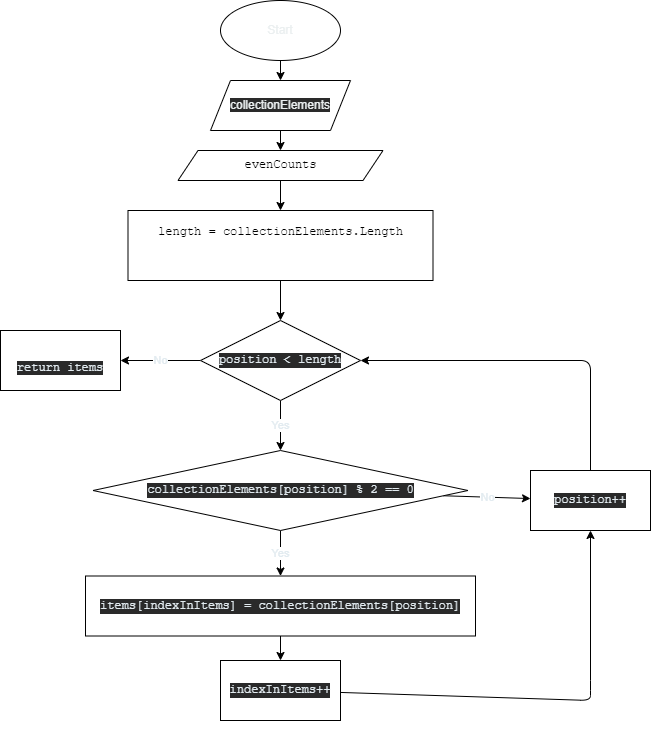
Above: Homework/hometask003/.drawio.png in Ane4kaErm/Homework (draw.io), before the change. Source tidied: cells renumbered, new cells last; positions are measured from the earlier drawing's top-left corner, leaving out a move shared by most shapes.
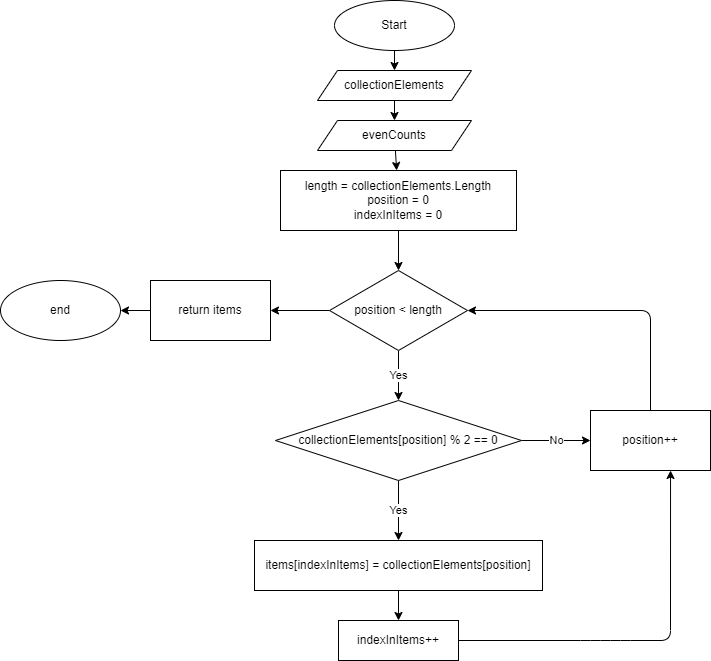
Above is the later version.

Commit message:
task is readyy

Diff of the diagram source:
```diff
@@ -2,77 +2,84 @@
   <root>
     <mxCell id="0" />
     <mxCell id="1" parent="0" />
+    <mxCell id="3" style="edgeStyle=none;html=1;" parent="1" edge="1" source="23" target="24">
+      <mxGeometry relative="1" as="geometry" />
+    </mxCell>
+    <mxCell id="23" value="Start" style="ellipse;whiteSpace=wrap;html=1;" parent="1" vertex="1">
+      <mxGeometry x="304" y="1180" width="120" height="50" as="geometry" />
+    </mxCell>
-    <mxCell id="2" style="edgeStyle=none;html=1;fontColor=#EBEFF0;" parent="1" edge="1" source="3" target="5">
+    <mxCell id="2" style="edgeStyle=none;html=1;" parent="1" edge="1" source="24" target="5">
       <mxGeometry relative="1" as="geometry" />
     </mxCell>
-    <mxCell id="3" value="Start" style="ellipse;whiteSpace=wrap;html=1;fontColor=#EBEFF0;" parent="1" vertex="1">
-      <mxGeometry x="220" width="120" height="60" as="geometry" />
-    </mxCell>
+    <mxCell id="24" value="collectionElements" style="shape=parallelogram;perimeter=parallelogramPerimeter;whiteSpace=wrap;html=1;fixedSize=1;" parent="1" vertex="1">
+      <mxGeometry x="287" y="1250" width="154" height="30" as="geometry" />
+    </mxCell>
-    <mxCell id="4" style="edgeStyle=none;html=1;fontColor=#EBEFF0;" parent="1" edge="1" source="5" target="7">
+    <mxCell id="4" style="edgeStyle=none;html=1;" parent="1" edge="1" source="5" target="7">
       <mxGeometry relative="1" as="geometry" />
     </mxCell>
-    <mxCell id="5" value="&#10;&#10;&lt;span style=&quot;color: rgb(235, 239, 240); font-family: helvetica; font-size: 12px; font-style: normal; font-weight: 400; letter-spacing: normal; text-align: center; text-indent: 0px; text-transform: none; word-spacing: 0px; background-color: rgb(42, 42, 42); display: inline; float: none;&quot;&gt;collectionElements&lt;/span&gt;&#10;&#10;" style="shape=parallelogram;perimeter=parallelogramPerimeter;whiteSpace=wrap;html=1;fixedSize=1;fontColor=#EBEFF0;" parent="1" vertex="1">
-      <mxGeometry x="210" y="80" width="140" height="50" as="geometry" />
+    <mxCell id="5" value="evenCounts" style="shape=parallelogram;perimeter=parallelogramPerimeter;whiteSpace=wrap;html=1;fixedSize=1;" parent="1" vertex="1">
+      <mxGeometry x="287" y="1300" width="154" height="30" as="geometry" />
     </mxCell>
-    <mxCell id="6" style="edgeStyle=none;html=1;fontColor=#E2EBF0;" parent="1" edge="1" source="7" target="9">
+    <mxCell id="6" style="edgeStyle=none;html=1;" parent="1" edge="1" source="7" target="9">
       <mxGeometry relative="1" as="geometry" />
     </mxCell>
-    <mxCell id="7" value="&#10;&#10;&lt;pre style=&quot;font-style: normal; font-weight: 400; letter-spacing: normal; text-indent: 0px; text-transform: none; word-spacing: 0px; overflow-wrap: break-word;&quot;&gt;evenCounts&lt;/pre&gt;&#10;&#10;" style="shape=parallelogram;perimeter=parallelogramPerimeter;whiteSpace=wrap;html=1;fixedSize=1;fontColor=default;" parent="1" vertex="1">
-      <mxGeometry x="177.5" y="150" width="205" height="30" as="geometry" />
+    <mxCell id="7" value="length = collectionElements.Length&lt;br&gt;position = 0&lt;br&gt;indexInItems = 0" style="whiteSpace=wrap;html=1;" parent="1" vertex="1">
+      <mxGeometry x="250" y="1350" width="236" height="60" as="geometry" />
     </mxCell>
-    <mxCell id="8" style="edgeStyle=none;html=1;fontColor=#E2EBF0;" parent="1" edge="1" source="9" target="12">
-      <mxGeometry relative="1" as="geometry" />
-    </mxCell>
+    <mxCell id="17" value="Yes" style="edgeStyle=none;html=1;" parent="1" edge="1" source="9" target="20">
+      <mxGeometry relative="1" as="geometry" />
+    </mxCell>
+    <mxCell id="25" style="edgeStyle=none;html=1;" parent="1" edge="1" source="9" target="27">
+      <mxGeometry relative="1" as="geometry" />
+    </mxCell>
-    <mxCell id="9" value="&lt;pre style=&quot;color: rgb(226 , 235 , 240) ; text-align: left ; overflow-wrap: break-word&quot;&gt;&lt;pre style=&quot;color: rgb(0 , 0 , 0) ; overflow-wrap: break-word&quot;&gt;length = collectionElements.Length&lt;/pre&gt;&lt;pre style=&quot;color: rgb(0 , 0 , 0) ; overflow-wrap: break-word&quot;&gt;&lt;br&gt;&lt;/pre&gt;&lt;/pre&gt;" style="whiteSpace=wrap;html=1;fontColor=#EBEFF0;" parent="1" vertex="1">
-      <mxGeometry x="127.5" y="210" width="305" height="70" as="geometry" />
+    <mxCell id="9" value="position &amp;lt; length" style="rhombus;whiteSpace=wrap;html=1;" parent="1" vertex="1">
+      <mxGeometry x="299" y="1450" width="138" height="80" as="geometry" />
     </mxCell>
-    <mxCell id="10" value="No" style="edgeStyle=none;html=1;fontColor=#E2EBF0;" parent="1" edge="1" source="12" target="13">
+    <mxCell id="10" style="edgeStyle=none;html=1;" parent="1" edge="1" source="12" target="13">
       <mxGeometry relative="1" as="geometry" />
     </mxCell>
-    <mxCell id="11" value="Yes" style="edgeStyle=none;html=1;fontColor=#E2EBF0;" parent="1" edge="1" source="12" target="16">
-      <mxGeometry relative="1" as="geometry" />
-    </mxCell>
-    <mxCell id="12" value="&#10;&#10;&lt;pre style=&quot;color: rgb(226 , 235 , 240) ; font-size: 12px ; font-style: normal ; font-weight: 400 ; letter-spacing: normal ; text-align: left ; text-indent: 0px ; text-transform: none ; word-spacing: 0px ; background-color: rgb(42 , 42 , 42) ; overflow-wrap: break-word&quot;&gt;position &amp;lt; length&lt;/pre&gt;&#10;&#10;" style="rhombus;whiteSpace=wrap;html=1;fontColor=#EBEFF0;" parent="1" vertex="1">
-      <mxGeometry x="200" y="320" width="160" height="80" as="geometry" />
+    <mxCell id="12" value="items[indexInItems] = collectionElements[position]" style="whiteSpace=wrap;html=1;" parent="1" vertex="1">
+      <mxGeometry x="224" y="1720" width="288" height="50" as="geometry" />
     </mxCell>
+    <mxCell id="18" style="edgeStyle=none;html=1;entryX=0.667;entryY=1;entryDx=0;entryDy=0;entryPerimeter=0;" parent="1" edge="1" source="13" target="16">
+      <mxGeometry relative="1" as="geometry">
+        <Array as="points">
+          <mxPoint x="560" y="1820" />
+          <mxPoint x="590" y="1820" />
+          <mxPoint x="640" y="1820" />
+        </Array>
+      </mxGeometry>
+    </mxCell>
-    <mxCell id="13" value="&lt;br&gt;&lt;br&gt;&lt;pre style=&quot;color: rgb(226 , 235 , 240) ; font-size: 12px ; font-style: normal ; font-weight: 400 ; letter-spacing: normal ; text-align: left ; text-indent: 0px ; text-transform: none ; word-spacing: 0px ; background-color: rgb(42 , 42 , 42) ; overflow-wrap: break-word&quot;&gt;return items&lt;/pre&gt;&lt;br&gt;" style="whiteSpace=wrap;html=1;fontColor=#EBEFF0;" parent="1" vertex="1">
-      <mxGeometry y="330" width="120" height="60" as="geometry" />
+    <mxCell id="13" value="indexInItems++" style="whiteSpace=wrap;html=1;" parent="1" vertex="1">
+      <mxGeometry x="308" y="1800" width="120" height="40" as="geometry" />
     </mxCell>
-    <mxCell id="14" value="Yes" style="edgeStyle=none;html=1;fontColor=#E2EBF0;" parent="1" edge="1" source="16" target="18">
-      <mxGeometry relative="1" as="geometry" />
-    </mxCell>
+    <mxCell id="19" style="edgeStyle=none;html=1;entryX=1;entryY=0.5;entryDx=0;entryDy=0;" parent="1" edge="1" source="16" target="9">
+      <mxGeometry relative="1" as="geometry">
+        <Array as="points">
+          <mxPoint x="620" y="1490" />
+        </Array>
+      </mxGeometry>
+    </mxCell>
+    <mxCell id="16" value="position++" style="whiteSpace=wrap;html=1;" parent="1" vertex="1">
+      <mxGeometry x="560" y="1590" width="120" height="60" as="geometry" />
+    </mxCell>
+    <mxCell id="22" value="Yes" style="edgeStyle=none;html=1;" parent="1" edge="1" source="20" target="12">
+      <mxGeometry relative="1" as="geometry" />
+    </mxCell>
-    <mxCell id="15" value="No" style="edgeStyle=none;html=1;fontColor=#E2EBF0;" parent="1" edge="1" source="16" target="22">
+    <mxCell id="15" value="No" style="edgeStyle=none;html=1;" parent="1" edge="1" source="20" target="16">
       <mxGeometry relative="1" as="geometry" />
     </mxCell>
-    <mxCell id="16" value="&#10;&#10;&lt;pre style=&quot;color: rgb(226 , 235 , 240) ; font-size: 12px ; font-style: normal ; font-weight: 400 ; letter-spacing: normal ; text-align: left ; text-indent: 0px ; text-transform: none ; word-spacing: 0px ; background-color: rgb(42 , 42 , 42) ; overflow-wrap: break-word&quot;&gt;collectionElements[position] % 2 == 0&lt;/pre&gt;&#10;&#10;" style="rhombus;whiteSpace=wrap;html=1;fontColor=#EBEFF0;" parent="1" vertex="1">
-      <mxGeometry x="92.5" y="450" width="375" height="80" as="geometry" />
-    </mxCell>
-    <mxCell id="17" style="edgeStyle=none;html=1;fontColor=#E2EBF0;" parent="1" edge="1" source="18" target="20">
-      <mxGeometry relative="1" as="geometry" />
-    </mxCell>
-    <mxCell id="18" value="&#10;&#10;&lt;pre style=&quot;color: rgb(226 , 235 , 240) ; font-size: 12px ; font-style: normal ; font-weight: 400 ; letter-spacing: normal ; text-align: left ; text-indent: 0px ; text-transform: none ; word-spacing: 0px ; background-color: rgb(42 , 42 , 42) ; overflow-wrap: break-word&quot;&gt;items[indexInItems] = collectionElements[position]&lt;/pre&gt;&#10;&#10;" style="whiteSpace=wrap;html=1;fontColor=#EBEFF0;" parent="1" vertex="1">
-      <mxGeometry x="85" y="575.5" width="390" height="60" as="geometry" />
-    </mxCell>
-    <mxCell id="19" style="edgeStyle=none;html=1;entryX=0.5;entryY=1;entryDx=0;entryDy=0;fontColor=#E2EBF0;" parent="1" edge="1" source="20" target="22">
-      <mxGeometry relative="1" as="geometry">
-        <Array as="points">
-          <mxPoint x="590" y="700" />
-          <mxPoint x="590" y="690" />
-        </Array>
-      </mxGeometry>
-    </mxCell>
-    <mxCell id="20" value="&#10;&#10;&lt;pre style=&quot;color: rgb(226 , 235 , 240) ; font-size: 12px ; font-style: normal ; font-weight: 400 ; letter-spacing: normal ; text-align: left ; text-indent: 0px ; text-transform: none ; word-spacing: 0px ; background-color: rgb(42 , 42 , 42) ; overflow-wrap: break-word&quot;&gt;indexInItems++&lt;/pre&gt;&#10;&#10;" style="whiteSpace=wrap;html=1;fontColor=#EBEFF0;" parent="1" vertex="1">
-      <mxGeometry x="220" y="660" width="120" height="60" as="geometry" />
+    <mxCell id="20" value="collectionElements[position] % 2 == 0" style="rhombus;whiteSpace=wrap;html=1;" parent="1" vertex="1">
+      <mxGeometry x="245" y="1580" width="246" height="80" as="geometry" />
     </mxCell>
-    <mxCell id="21" style="edgeStyle=none;html=1;entryX=1;entryY=0.5;entryDx=0;entryDy=0;fontColor=#E2EBF0;" parent="1" edge="1" source="22" target="12">
-      <mxGeometry relative="1" as="geometry">
-        <Array as="points">
-          <mxPoint x="590" y="360" />
-        </Array>
-      </mxGeometry>
-    </mxCell>
-    <mxCell id="22" value="&#10;&#10;&lt;pre style=&quot;color: rgb(226 , 235 , 240) ; font-size: 12px ; font-style: normal ; font-weight: 400 ; letter-spacing: normal ; text-align: left ; text-indent: 0px ; text-transform: none ; word-spacing: 0px ; background-color: rgb(42 , 42 , 42) ; overflow-wrap: break-word&quot;&gt;position++&lt;/pre&gt;&#10;&#10;" style="whiteSpace=wrap;html=1;fontColor=#EBEFF0;" parent="1" vertex="1">
-      <mxGeometry x="530" y="470" width="120" height="60" as="geometry" />
-    </mxCell>
+    <mxCell id="26" style="edgeStyle=none;html=1;" parent="1" edge="1" source="27" target="28">
+      <mxGeometry relative="1" as="geometry" />
+    </mxCell>
+    <mxCell id="27" value="return items" style="whiteSpace=wrap;html=1;" parent="1" vertex="1">
+      <mxGeometry x="120" y="1460" width="120" height="60" as="geometry" />
+    </mxCell>
+    <mxCell id="28" value="end" style="ellipse;whiteSpace=wrap;html=1;" parent="1" vertex="1">
+      <mxGeometry x="-30" y="1460" width="120" height="60" as="geometry" />
+    </mxCell>
   </root>
 </mxGraphModel>
```
